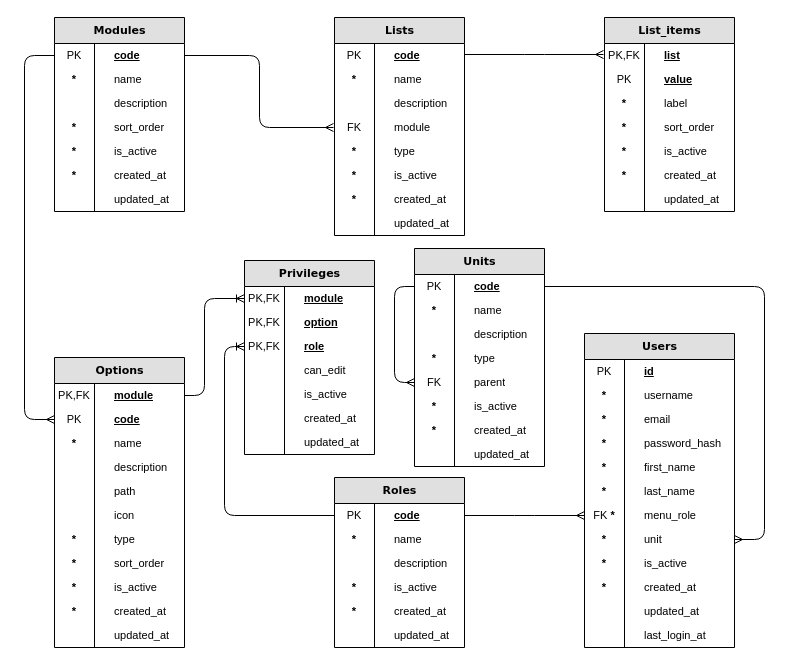
Earlier version of the draw.io diagram page "Admin" (2 of 5) of docs/Synapxia.drawio (abc-flex/synapxia). Source tidied: cells renumbered, new cells numbered last; positions are measured from the earlier drawing's top-left corner, leaving out a move shared by most shapes. Both pictures are drawn from the tidied source at 100%, with x=0, y=0 at pixel (24, 17).
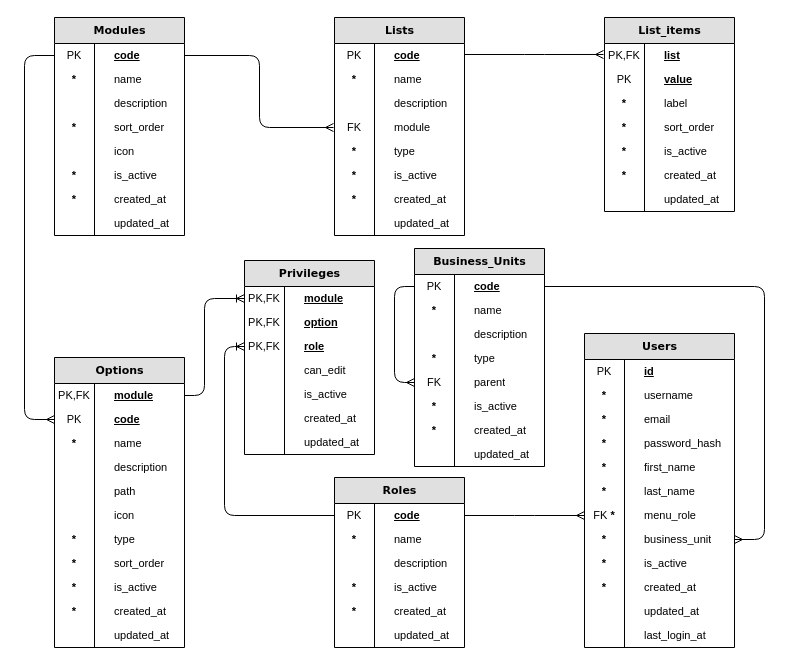
The same page after the edit.

Unchanged cells that the change refers to:
```xml
<mxCell id="62" value="&lt;font&gt;Users&lt;/font&gt;" style="swimlane;html=1;fontStyle=1;horizontal=1;startSize=26;fillColor=#e0e0e0;swimlaneFillColor=#ffffff;align=center;rounded=0;shadow=0;comic=0;labelBackgroundColor=none;strokeWidth=1;fontFamily=Verdana;fontSize=11;spacing=0;" parent="1" vertex="1">
  <mxGeometry x="560" y="316" width="150" height="314" as="geometry" />
</mxCell>
```

What changed in the source:
```diff
@@
     <mxCell id="2" value="&lt;font&gt;&lt;span&gt;Modules&lt;/span&gt;&lt;/font&gt;" style="swimlane;html=1;fontStyle=1;horizontal=1;startSize=26;fillColor=#e0e0e0;swimlaneFillColor=#ffffff;align=center;rounded=0;shadow=0;comic=0;labelBackgroundColor=none;strokeWidth=1;fontFamily=Verdana;fontSize=11;spacing=0;" parent="1" vertex="1">
-      <mxGeometry x="30" width="130" height="194" as="geometry" />
+      <mxGeometry x="30" width="130" height="218" as="geometry" />
     </mxCell>
@@
+    <mxCell id="150" value="icon" style="shape=partialRectangle;top=0;left=0;right=0;bottom=0;html=1;align=left;verticalAlign=middle;fillColor=none;spacingLeft=60;spacingRight=4;whiteSpace=wrap;overflow=hidden;fontStyle=0;fontSize=11;spacing=0;" parent="2" vertex="1">
+      <mxGeometry y="122" width="130" height="24" as="geometry" />
+    </mxCell>
+    <mxCell id="151" style="shape=partialRectangle;fontStyle=0;top=0;left=0;bottom=0;html=1;fillColor=none;align=center;verticalAlign=middle;spacingLeft=4;spacingRight=4;whiteSpace=wrap;overflow=hidden;fontSize=11;spacing=0;" parent="150" vertex="1">
+      <mxGeometry width="40" height="24" as="geometry" />
+    </mxCell>
     <mxCell id="11" value="is_active" style="shape=partialRectangle;top=0;left=0;right=0;bottom=0;html=1;align=left;verticalAlign=middle;fillColor=none;spacingLeft=60;spacingRight=4;whiteSpace=wrap;overflow=hidden;fontStyle=0;fontSize=11;spacing=0;" parent="2" vertex="1">
-      <mxGeometry y="122" width="130" height="24" as="geometry" />
+      <mxGeometry y="146" width="130" height="24" as="geometry" />
     </mxCell>
@@
     <mxCell id="13" value="created_at" style="shape=partialRectangle;top=0;left=0;right=0;bottom=0;html=1;align=left;verticalAlign=middle;fillColor=none;spacingLeft=60;spacingRight=4;whiteSpace=wrap;overflow=hidden;fontStyle=0;fontSize=11;spacing=0;" parent="2" vertex="1">
-      <mxGeometry y="146" width="130" height="24" as="geometry" />
+      <mxGeometry y="170" width="130" height="24" as="geometry" />
     </mxCell>
@@
     <mxCell id="15" value="updated_at" style="shape=partialRectangle;top=0;left=0;right=0;bottom=0;html=1;align=left;verticalAlign=middle;fillColor=none;spacingLeft=60;spacingRight=4;whiteSpace=wrap;overflow=hidden;fontStyle=0;fontSize=11;spacing=0;" parent="2" vertex="1">
-      <mxGeometry y="170" width="130" height="24" as="geometry" />
+      <mxGeometry y="194" width="130" height="24" as="geometry" />
     </mxCell>
@@
-    <mxCell id="77" value="unit" style="shape=partialRectangle;top=0;left=0;right=0;bottom=0;html=1;align=left;verticalAlign=middle;fillColor=none;spacingLeft=60;spacingRight=4;whiteSpace=wrap;overflow=hidden;points=[[0,0.5],[1,0.5]];portConstraint=eastwest;fontStyle=0;fontSize=11;spacing=0;" parent="62" vertex="1">
+    <mxCell id="77" value="business_unit" style="shape=partialRectangle;top=0;left=0;right=0;bottom=0;html=1;align=left;verticalAlign=middle;fillColor=none;spacingLeft=60;spacingRight=4;whiteSpace=wrap;overflow=hidden;points=[[0,0.5],[1,0.5]];portConstraint=eastwest;fontStyle=0;fontSize=11;spacing=0;" parent="62" vertex="1">
       <mxGeometry y="194" width="150" height="24" as="geometry" />
     </mxCell>
@@
-    <mxCell id="131" value="&lt;font&gt;Units&lt;/font&gt;" style="swimlane;html=1;fontStyle=1;horizontal=1;startSize=26;fillColor=#e0e0e0;swimlaneFillColor=#ffffff;align=center;rounded=0;shadow=0;comic=0;labelBackgroundColor=none;strokeWidth=1;fontFamily=Verdana;fontSize=11;spacing=0;" parent="1" vertex="1">
+    <mxCell id="131" value="&lt;font&gt;Business_Units&lt;/font&gt;" style="swimlane;html=1;fontStyle=1;horizontal=1;startSize=26;fillColor=#e0e0e0;swimlaneFillColor=#ffffff;align=center;rounded=0;shadow=0;comic=0;labelBackgroundColor=none;strokeWidth=1;fontFamily=Verdana;fontSize=11;spacing=0;" parent="1" vertex="1">
       <mxGeometry x="390" y="231" width="130" height="218" as="geometry" />
     </mxCell>
```
